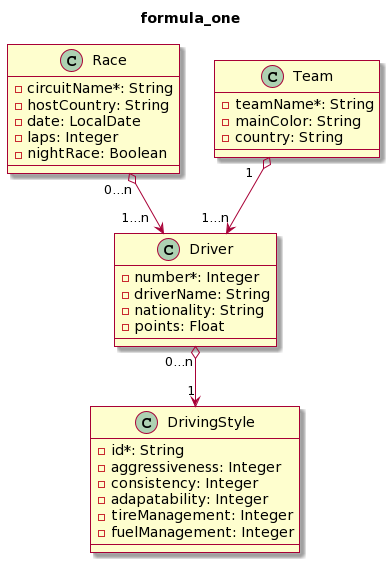
This is docs/formula_one.models.png from wzzzzwwzw/apaw-practice, a PlantUML export, as it was before one commit.
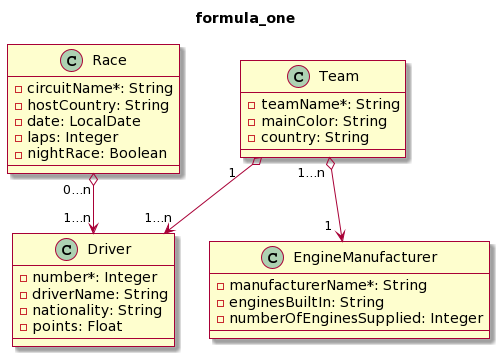
After the change.

Commit message:
Formula one refactor model #506

The edit, as a diff of the source:
```diff
@@ -24,18 +24,15 @@
   - points: Float
 }
 
-class DrivingStyle {
-  - id*: String
-  - aggressiveness: Integer
-  - consistency: Integer
-  - adapatability: Integer
-  - tireManagement: Integer
-  - fuelManagement: Integer
+class EngineManufacturer {
+  - manufacturerName*: String
+  - enginesBuiltIn: String
+  - numberOfEnginesSupplied: Integer
 }
 
 
 
-Race "0...n" o--> "1...n  " Driver
-Team "1   " o--> "1...n" Driver
-Driver "0...n" o--> "1" DrivingStyle
+Race "0...n" o--> "1...n" Driver
+Team "1    " o--> "1...n" Driver
+Team "1...n " o--> "1  " EngineManufacturer
 @enduml
```
